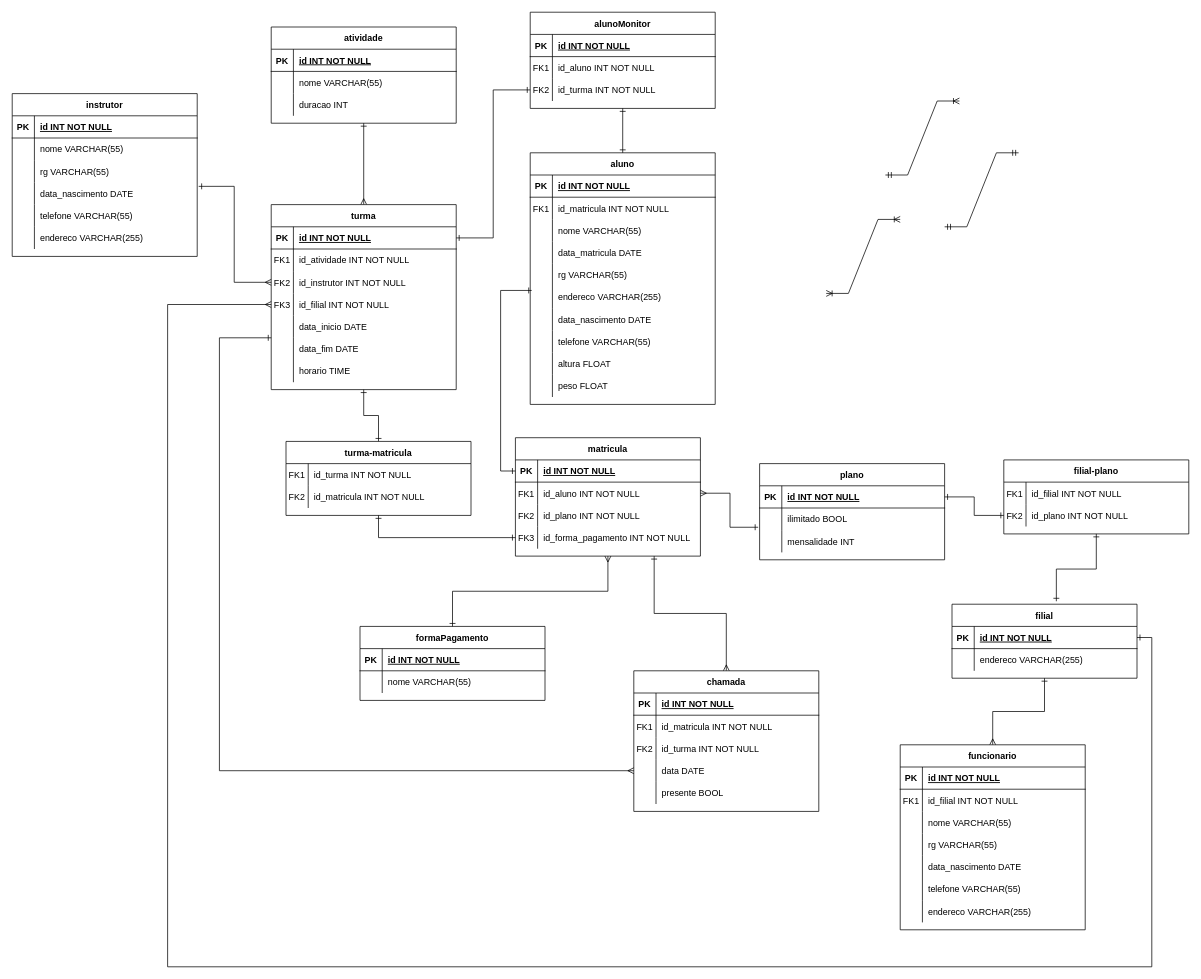
Above: cube_fit.drawio in GustavoSouza123/ERDs (draw.io), before the change. Source tidied: cells renumbered, new cells numbered last; positions are measured from the earlier drawing's top-left corner, leaving out a move shared by most shapes. Both pictures are drawn from the tidied source at 74%, with x=0, y=0 at pixel (12, 12).
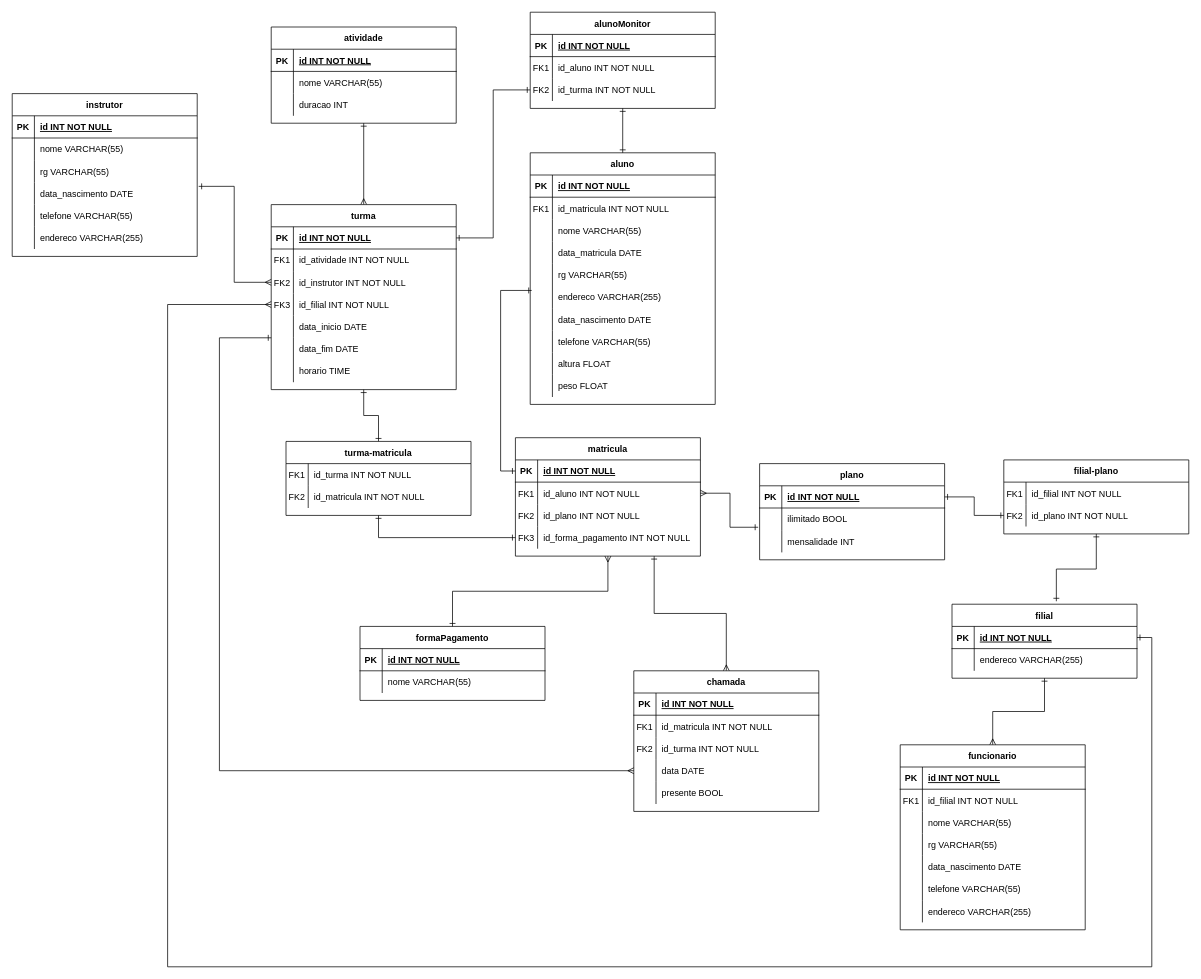
The same diagram, later.

The edit, as a diff of the source:
```diff
@@
-    <mxCell id="190" style="edgeStyle=entityRelationEdgeStyle;fontSize=12;html=1;endArrow=ERoneToMany;startArrow=ERmandOne;rounded=0;" parent="1" edge="1">
-      <mxGeometry relative="1" as="geometry">
-        <mxPoint x="1180" y="220" as="sourcePoint" />
-        <mxPoint x="1280" y="120" as="targetPoint" />
-      </mxGeometry>
-    </mxCell>
-    <mxCell id="191" style="edgeStyle=entityRelationEdgeStyle;fontSize=12;html=1;endArrow=ERoneToMany;startArrow=ERoneToMany;rounded=0;" parent="1" edge="1">
-      <mxGeometry relative="1" as="geometry">
-        <mxPoint x="1100" y="380" as="sourcePoint" />
-        <mxPoint x="1200" y="280" as="targetPoint" />
-      </mxGeometry>
-    </mxCell>
-    <mxCell id="192" style="edgeStyle=entityRelationEdgeStyle;fontSize=12;html=1;endArrow=ERmandOne;startArrow=ERmandOne;rounded=0;" parent="1" edge="1">
-      <mxGeometry relative="1" as="geometry">
-        <mxPoint x="1260" y="290" as="sourcePoint" />
-        <mxPoint x="1360" y="190" as="targetPoint" />
-      </mxGeometry>
-    </mxCell>
```
